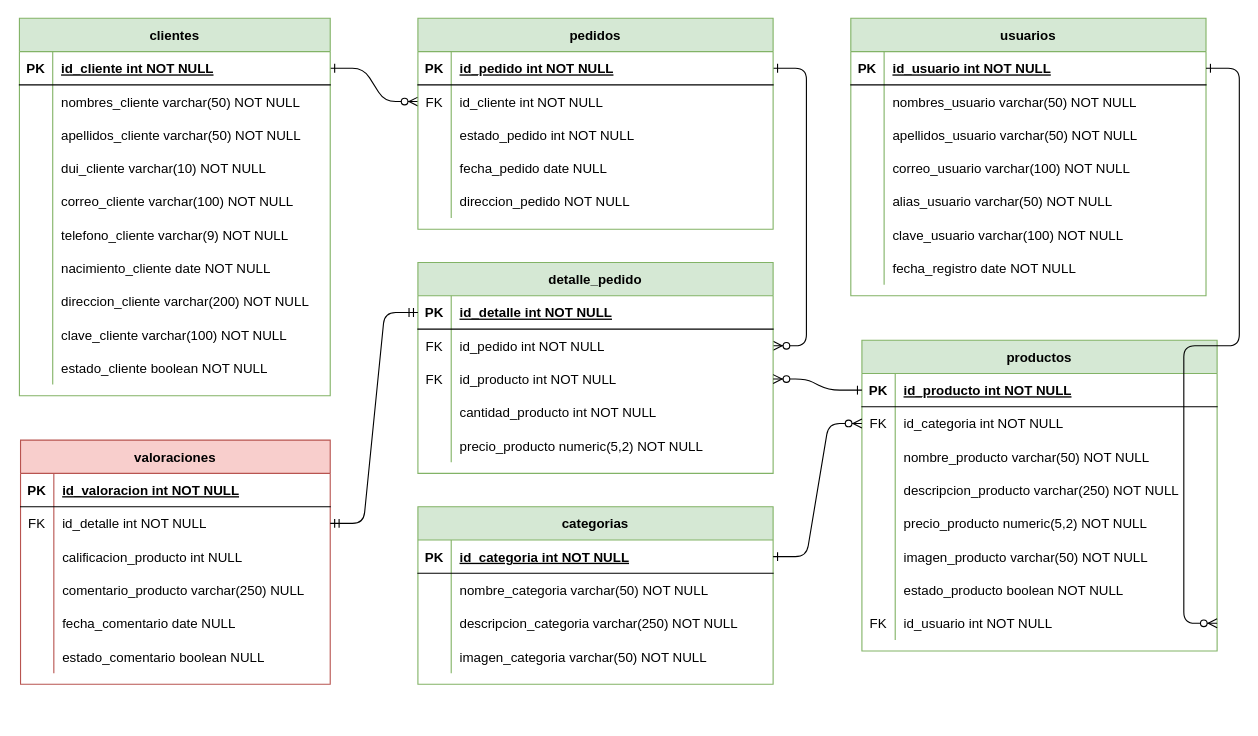
The draw.io diagram coffeeshop.drawio in dacasoft/coffeeshop, before the edit. Source tidied: cells renumbered, new cells numbered last; positions are measured from the earlier drawing's top-left corner, leaving out a move shared by most shapes. Both pictures are drawn from the tidied source at 111%, with x=0, y=0 at pixel (19, 18).
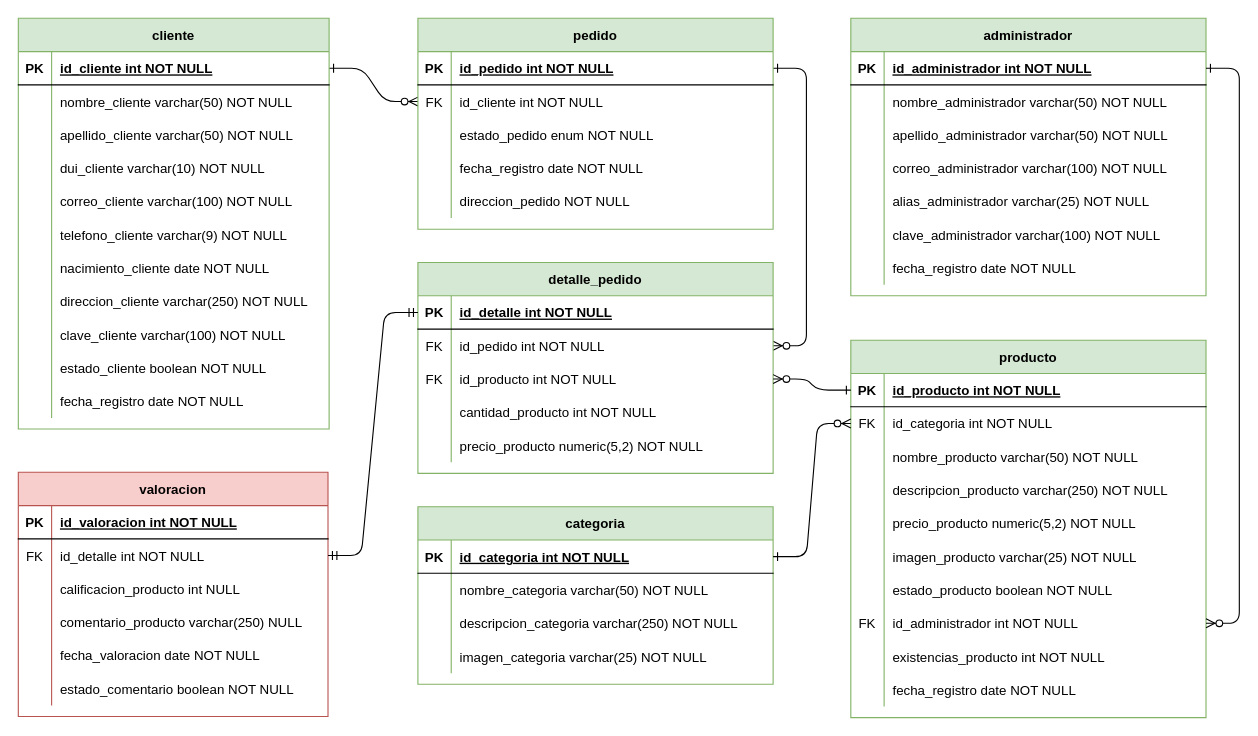
The same diagram, later.

The change refers to these unchanged cells:
```xml
<mxCell id="11" style="shape=partialRectangle;fillColor=none;top=0;left=0;right=0;bottom=0;" parent="4" vertex="1">
  <mxGeometry y="90" width="320" height="30" as="geometry" />
</mxCell>
<mxCell id="14" style="shape=partialRectangle;fillColor=none;top=0;left=0;right=0;bottom=0;" parent="4" vertex="1">
  <mxGeometry y="120" width="320" height="30" as="geometry" />
</mxCell>
<mxCell id="40" style="shape=partialRectangle;fillColor=none;top=0;left=0;right=0;bottom=0;" parent="36" vertex="1">
  <mxGeometry y="60" width="280" height="30" as="geometry" />
</mxCell>
<mxCell id="43" style="shape=partialRectangle;fillColor=none;top=0;left=0;right=0;bottom=0;" parent="36" vertex="1">
  <mxGeometry y="90" width="280" height="30" as="geometry" />
</mxCell>
<mxCell id="58" style="shape=partialRectangle;fillColor=none;top=0;left=0;right=0;bottom=0;" parent="36" vertex="1">
  <mxGeometry y="240" width="280" height="30" as="geometry" />
</mxCell>
<mxCell id="83" style="shape=partialRectangle;fillColor=none;top=0;left=0;bottom=0;right=0;" parent="67" vertex="1">
  <mxGeometry y="180" width="320" height="30" as="geometry" />
</mxCell>
<mxCell id="89" style="shape=partialRectangle;fillColor=none;top=0;left=0;bottom=0;right=0;points=[[0,0.5],[1,0.5]];portConstraint=eastwest;" parent="67" vertex="1">
  <mxGeometry y="240" width="320" height="30" as="geometry" />
</mxCell>
<mxCell id="102" style="shape=partialRectangle;fillColor=none;top=0;left=0;bottom=0;right=0;" parent="92" vertex="1">
  <mxGeometry y="120" width="320" height="30" as="geometry" />
</mxCell>
<mxCell id="108" style="shape=partialRectangle;fillColor=none;top=0;left=0;bottom=1;right=0;points=[[0,0.5],[1,0.5]];portConstraint=eastwest;" parent="107" vertex="1">
  <mxGeometry y="30" width="320" height="30" as="geometry" />
</mxCell>
<mxCell id="111" style="shape=partialRectangle;fillColor=none;top=0;left=0;bottom=0;right=0;" parent="107" vertex="1">
  <mxGeometry y="60" width="320" height="30" as="geometry" />
</mxCell>
<mxCell id="114" style="shape=partialRectangle;fillColor=none;top=0;left=0;bottom=0;right=0;" parent="107" vertex="1">
  <mxGeometry y="90" width="320" height="30" as="geometry" />
</mxCell>
<mxCell id="117" style="shape=partialRectangle;fillColor=none;top=0;left=0;bottom=0;right=0;" parent="107" vertex="1">
  <mxGeometry y="120" width="320" height="30" as="geometry" />
</mxCell>
<mxCell id="120" style="shape=partialRectangle;fillColor=none;top=0;left=0;bottom=0;right=0;" parent="107" vertex="1">
  <mxGeometry y="150" width="320" height="30" as="geometry" />
</mxCell>
<mxCell id="123" style="shape=partialRectangle;fillColor=none;top=0;left=0;bottom=0;right=0;" parent="107" vertex="1">
  <mxGeometry y="180" width="320" height="30" as="geometry" />
</mxCell>
<mxCell id="143" style="shape=partialRectangle;fillColor=none;top=0;left=0;bottom=0;right=0;" parent="130" vertex="1">
  <mxGeometry y="150" width="279" height="30" as="geometry" />
</mxCell>
<mxCell id="146" style="shape=partialRectangle;fillColor=none;top=0;left=0;bottom=0;right=0;" parent="130" vertex="1">
  <mxGeometry y="180" width="279" height="30" as="geometry" />
</mxCell>
```

The edit, as a diff of the source:
```diff
@@
-    <mxCell id="4" value="pedidos" style="shape=table;startSize=30;childLayout=tableLayout;rowLines=0;fontStyle=1;align=center;fillColor=#d5e8d4;strokeColor=#82b366;" parent="1" vertex="1">
+    <mxCell id="4" value="pedido" style="shape=table;startSize=30;childLayout=tableLayout;rowLines=0;fontStyle=1;align=center;fillColor=#d5e8d4;strokeColor=#82b366;" parent="1" vertex="1">
       <mxGeometry x="359" width="320" height="190" as="geometry" />
     </mxCell>
@@
-    <mxCell id="13" value="estado_pedido int NOT NULL" style="shape=partialRectangle;overflow=hidden;fillColor=none;top=0;left=0;bottom=0;right=0;align=left;spacingLeft=6;" parent="11" vertex="1">
+    <mxCell id="13" value="estado_pedido enum NOT NULL" style="shape=partialRectangle;overflow=hidden;fillColor=none;top=0;left=0;bottom=0;right=0;align=left;spacingLeft=6;" parent="11" vertex="1">
       <mxGeometry x="30" width="290" height="30" as="geometry" />
     </mxCell>
@@
-    <mxCell id="16" value="fecha_pedido date NULL" style="shape=partialRectangle;overflow=hidden;fillColor=none;top=0;left=0;bottom=0;right=0;align=left;spacingLeft=6;" parent="14" vertex="1">
+    <mxCell id="16" value="fecha_registro date NOT NULL" style="shape=partialRectangle;overflow=hidden;fillColor=none;top=0;left=0;bottom=0;right=0;align=left;spacingLeft=6;" parent="14" vertex="1">
       <mxGeometry x="30" width="290" height="30" as="geometry" />
     </mxCell>
@@
-    <mxCell id="36" value="clientes" style="shape=table;startSize=30;childLayout=tableLayout;rowLines=0;fontStyle=1;align=center;fillColor=#d5e8d4;strokeColor=#82b366;" parent="1" vertex="1">
-      <mxGeometry width="280" height="340" as="geometry" />
+    <mxCell id="36" value="cliente" style="shape=table;startSize=30;childLayout=tableLayout;rowLines=0;fontStyle=1;align=center;fillColor=#d5e8d4;strokeColor=#82b366;" parent="1" vertex="1">
+      <mxGeometry x="-1" width="280" height="370" as="geometry" />
     </mxCell>
@@
-    <mxCell id="42" value="nombres_cliente varchar(50) NOT NULL" style="shape=partialRectangle;overflow=hidden;fillColor=none;top=0;left=0;bottom=0;right=0;align=left;spacingLeft=6;" parent="40" vertex="1">
+    <mxCell id="42" value="nombre_cliente varchar(50) NOT NULL" style="shape=partialRectangle;overflow=hidden;fillColor=none;top=0;left=0;bottom=0;right=0;align=left;spacingLeft=6;" parent="40" vertex="1">
       <mxGeometry x="30" width="250" height="30" as="geometry" />
     </mxCell>
@@
-    <mxCell id="45" value="apellidos_cliente varchar(50) NOT NULL" style="shape=partialRectangle;overflow=hidden;fillColor=none;top=0;left=0;bottom=0;right=0;align=left;spacingLeft=6;" parent="43" vertex="1">
+    <mxCell id="45" value="apellido_cliente varchar(50) NOT NULL" style="shape=partialRectangle;overflow=hidden;fillColor=none;top=0;left=0;bottom=0;right=0;align=left;spacingLeft=6;" parent="43" vertex="1">
       <mxGeometry x="30" width="250" height="30" as="geometry" />
     </mxCell>
@@
-    <mxCell id="60" value="direccion_cliente varchar(200) NOT NULL" style="shape=partialRectangle;overflow=hidden;fillColor=none;top=0;left=0;bottom=0;right=0;align=left;spacingLeft=6;" parent="58" vertex="1">
+    <mxCell id="60" value="direccion_cliente varchar(250) NOT NULL" style="shape=partialRectangle;overflow=hidden;fillColor=none;top=0;left=0;bottom=0;right=0;align=left;spacingLeft=6;" parent="58" vertex="1">
       <mxGeometry x="30" width="250" height="30" as="geometry" />
     </mxCell>
@@
+    <mxCell id="150" style="shape=partialRectangle;fillColor=none;top=0;left=0;right=0;bottom=0;" parent="36" vertex="1">
+      <mxGeometry y="330" width="280" height="30" as="geometry" />
+    </mxCell>
+    <mxCell id="151" style="shape=partialRectangle;overflow=hidden;fillColor=none;top=0;left=0;bottom=0;right=0;" parent="150" vertex="1">
+      <mxGeometry width="30" height="30" as="geometry" />
+    </mxCell>
+    <mxCell id="152" value="fecha_registro date NOT NULL" style="shape=partialRectangle;overflow=hidden;fillColor=none;top=0;left=0;bottom=0;right=0;align=left;spacingLeft=6;" parent="150" vertex="1">
+      <mxGeometry x="30" width="250" height="30" as="geometry" />
+    </mxCell>
-    <mxCell id="67" value="productos" style="shape=table;startSize=30;childLayout=tableLayout;rowLines=0;fontStyle=1;align=center;fillColor=#d5e8d4;strokeColor=#82b366;" parent="1" vertex="1">
-      <mxGeometry x="759" y="290" width="320" height="280" as="geometry" />
+    <mxCell id="67" value="producto" style="shape=table;startSize=30;childLayout=tableLayout;rowLines=0;fontStyle=1;align=center;fillColor=#d5e8d4;strokeColor=#82b366;" parent="1" vertex="1">
+      <mxGeometry x="749" y="290" width="320" height="340" as="geometry" />
     </mxCell>
@@
-    <mxCell id="85" value="imagen_producto varchar(50) NOT NULL" style="shape=partialRectangle;fillColor=none;top=0;left=0;bottom=0;right=0;align=left;spacingLeft=6;overflow=hidden;" parent="83" vertex="1">
+    <mxCell id="85" value="imagen_producto varchar(25) NOT NULL" style="shape=partialRectangle;fillColor=none;top=0;left=0;bottom=0;right=0;align=left;spacingLeft=6;overflow=hidden;" parent="83" vertex="1">
       <mxGeometry x="30" width="290" height="30" as="geometry" />
     </mxCell>
@@
-    <mxCell id="91" value="id_usuario int NOT NULL" style="shape=partialRectangle;fillColor=none;top=0;left=0;bottom=0;right=0;align=left;spacingLeft=6;overflow=hidden;" parent="89" vertex="1">
+    <mxCell id="91" value="id_administrador int NOT NULL" style="shape=partialRectangle;fillColor=none;top=0;left=0;bottom=0;right=0;align=left;spacingLeft=6;overflow=hidden;" parent="89" vertex="1">
       <mxGeometry x="30" width="290" height="30" as="geometry" />
     </mxCell>
+    <mxCell id="153" style="shape=partialRectangle;fillColor=none;top=0;left=0;bottom=0;right=0;" parent="67" vertex="1">
+      <mxGeometry y="270" width="320" height="30" as="geometry" />
+    </mxCell>
+    <mxCell id="154" style="shape=partialRectangle;fillColor=none;top=0;left=0;bottom=0;right=0;overflow=hidden;" parent="153" vertex="1">
+      <mxGeometry width="30" height="30" as="geometry" />
+    </mxCell>
+    <mxCell id="155" value="existencias_producto int NOT NULL" style="shape=partialRectangle;fillColor=none;top=0;left=0;bottom=0;right=0;align=left;spacingLeft=6;overflow=hidden;" parent="153" vertex="1">
+      <mxGeometry x="30" width="290" height="30" as="geometry" />
+    </mxCell>
+    <mxCell id="156" style="shape=partialRectangle;fillColor=none;top=0;left=0;bottom=0;right=0;" parent="67" vertex="1">
+      <mxGeometry y="300" width="320" height="30" as="geometry" />
+    </mxCell>
+    <mxCell id="157" style="shape=partialRectangle;fillColor=none;top=0;left=0;bottom=0;right=0;overflow=hidden;" parent="156" vertex="1">
+      <mxGeometry width="30" height="30" as="geometry" />
+    </mxCell>
+    <mxCell id="158" value="fecha_registro date NOT NULL" style="shape=partialRectangle;fillColor=none;top=0;left=0;bottom=0;right=0;align=left;spacingLeft=6;overflow=hidden;" parent="156" vertex="1">
+      <mxGeometry x="30" width="290" height="30" as="geometry" />
+    </mxCell>
-    <mxCell id="92" value="categorias" style="shape=table;startSize=30;childLayout=tableLayout;rowLines=0;fontStyle=1;align=center;fillColor=#d5e8d4;strokeColor=#82b366;" parent="1" vertex="1">
+    <mxCell id="92" value="categoria" style="shape=table;startSize=30;childLayout=tableLayout;rowLines=0;fontStyle=1;align=center;fillColor=#d5e8d4;strokeColor=#82b366;" parent="1" vertex="1">
       <mxGeometry x="359" y="440" width="320" height="160" as="geometry" />
     </mxCell>
@@
-    <mxCell id="104" value="imagen_categoria varchar(50) NOT NULL" style="shape=partialRectangle;fillColor=none;top=0;left=0;bottom=0;right=0;align=left;spacingLeft=6;overflow=hidden;" parent="102" vertex="1">
+    <mxCell id="104" value="imagen_categoria varchar(25) NOT NULL" style="shape=partialRectangle;fillColor=none;top=0;left=0;bottom=0;right=0;align=left;spacingLeft=6;overflow=hidden;" parent="102" vertex="1">
       <mxGeometry x="30" width="290" height="30" as="geometry" />
     </mxCell>
@@
-    <mxCell id="107" value="usuarios" style="shape=table;startSize=30;childLayout=tableLayout;rowLines=0;fontStyle=1;align=center;fillColor=#d5e8d4;strokeColor=#82b366;" parent="1" vertex="1">
+    <mxCell id="107" value="administrador" style="shape=table;startSize=30;childLayout=tableLayout;rowLines=0;fontStyle=1;align=center;fillColor=#d5e8d4;strokeColor=#82b366;" parent="1" vertex="1">
       <mxGeometry x="749" width="320" height="250" as="geometry" />
     </mxCell>
@@
-    <mxCell id="110" value="id_usuario int NOT NULL" style="shape=partialRectangle;fillColor=none;top=0;left=0;bottom=0;right=0;align=left;spacingLeft=6;fontStyle=5;overflow=hidden;" parent="108" vertex="1">
+    <mxCell id="110" value="id_administrador int NOT NULL" style="shape=partialRectangle;fillColor=none;top=0;left=0;bottom=0;right=0;align=left;spacingLeft=6;fontStyle=5;overflow=hidden;" parent="108" vertex="1">
       <mxGeometry x="30" width="290" height="30" as="geometry" />
     </mxCell>
@@
-    <mxCell id="113" value="nombres_usuario varchar(50) NOT NULL" style="shape=partialRectangle;fillColor=none;top=0;left=0;bottom=0;right=0;align=left;spacingLeft=6;overflow=hidden;" parent="111" vertex="1">
+    <mxCell id="113" value="nombre_administrador varchar(50) NOT NULL" style="shape=partialRectangle;fillColor=none;top=0;left=0;bottom=0;right=0;align=left;spacingLeft=6;overflow=hidden;" parent="111" vertex="1">
       <mxGeometry x="30" width="290" height="30" as="geometry" />
     </mxCell>
@@
-    <mxCell id="116" value="apellidos_usuario varchar(50) NOT NULL" style="shape=partialRectangle;fillColor=none;top=0;left=0;bottom=0;right=0;align=left;spacingLeft=6;overflow=hidden;" parent="114" vertex="1">
+    <mxCell id="116" value="apellido_administrador varchar(50) NOT NULL" style="shape=partialRectangle;fillColor=none;top=0;left=0;bottom=0;right=0;align=left;spacingLeft=6;overflow=hidden;" parent="114" vertex="1">
       <mxGeometry x="30" width="290" height="30" as="geometry" />
     </mxCell>
@@
-    <mxCell id="119" value="correo_usuario varchar(100) NOT NULL" style="shape=partialRectangle;fillColor=none;top=0;left=0;bottom=0;right=0;align=left;spacingLeft=6;overflow=hidden;" parent="117" vertex="1">
+    <mxCell id="119" value="correo_administrador varchar(100) NOT NULL" style="shape=partialRectangle;fillColor=none;top=0;left=0;bottom=0;right=0;align=left;spacingLeft=6;overflow=hidden;" parent="117" vertex="1">
       <mxGeometry x="30" width="290" height="30" as="geometry" />
     </mxCell>
@@
-    <mxCell id="122" value="alias_usuario varchar(50) NOT NULL" style="shape=partialRectangle;fillColor=none;top=0;left=0;bottom=0;right=0;align=left;spacingLeft=6;overflow=hidden;" parent="120" vertex="1">
+    <mxCell id="122" value="alias_administrador varchar(25) NOT NULL" style="shape=partialRectangle;fillColor=none;top=0;left=0;bottom=0;right=0;align=left;spacingLeft=6;overflow=hidden;" parent="120" vertex="1">
       <mxGeometry x="30" width="290" height="30" as="geometry" />
     </mxCell>
@@
-    <mxCell id="125" value="clave_usuario varchar(100) NOT NULL" style="shape=partialRectangle;fillColor=none;top=0;left=0;bottom=0;right=0;align=left;spacingLeft=6;overflow=hidden;" parent="123" vertex="1">
+    <mxCell id="125" value="clave_administrador varchar(100) NOT NULL" style="shape=partialRectangle;fillColor=none;top=0;left=0;bottom=0;right=0;align=left;spacingLeft=6;overflow=hidden;" parent="123" vertex="1">
       <mxGeometry x="30" width="290" height="30" as="geometry" />
     </mxCell>
@@
-    <mxCell id="129" style="edgeStyle=entityRelationEdgeStyle;endArrow=ERzeroToMany;startArrow=ERone;endFill=1;startFill=0;entryX=1;entryY=0.5;entryDx=0;entryDy=0;exitX=1;exitY=0.5;exitDx=0;exitDy=0;" parent="1" edge="1" source="108" target="89">
-      <mxGeometry relative="1" as="geometry" />
+    <mxCell id="129" style="edgeStyle=entityRelationEdgeStyle;endArrow=ERzeroToMany;startArrow=ERone;endFill=1;startFill=0;" parent="1" edge="1" source="108" target="89">
+      <mxGeometry relative="1" as="geometry">
+        <Array as="points">
+          <mxPoint x="1149" y="420" />
+          <mxPoint x="1079" y="552" />
+        </Array>
+      </mxGeometry>
     </mxCell>
-    <mxCell id="130" value="valoraciones" style="shape=table;startSize=30;childLayout=tableLayout;rowLines=0;fontStyle=1;align=center;fillColor=#f8cecc;strokeColor=#b85450;" parent="1" vertex="1">
-      <mxGeometry x="1" y="380" width="279" height="220" as="geometry" />
+    <mxCell id="130" value="valoracion" style="shape=table;startSize=30;childLayout=tableLayout;rowLines=0;fontStyle=1;align=center;fillColor=#f8cecc;strokeColor=#b85450;" parent="1" vertex="1">
+      <mxGeometry x="-1" y="409" width="279" height="220" as="geometry" />
     </mxCell>
@@
-    <mxCell id="145" value="fecha_comentario date NULL" style="shape=partialRectangle;fillColor=none;top=0;left=0;bottom=0;right=0;align=left;spacingLeft=6;overflow=hidden;" parent="143" vertex="1">
+    <mxCell id="145" value="fecha_valoracion date NOT NULL" style="shape=partialRectangle;fillColor=none;top=0;left=0;bottom=0;right=0;align=left;spacingLeft=6;overflow=hidden;" parent="143" vertex="1">
       <mxGeometry x="30" width="249" height="30" as="geometry" />
     </mxCell>
@@
-    <mxCell id="148" value="estado_comentario boolean NULL" style="shape=partialRectangle;fillColor=none;top=0;left=0;bottom=0;right=0;align=left;spacingLeft=6;overflow=hidden;" parent="146" vertex="1">
+    <mxCell id="148" value="estado_comentario boolean NOT NULL" style="shape=partialRectangle;fillColor=none;top=0;left=0;bottom=0;right=0;align=left;spacingLeft=6;overflow=hidden;" parent="146" vertex="1">
       <mxGeometry x="30" width="249" height="30" as="geometry" />
     </mxCell>
```
